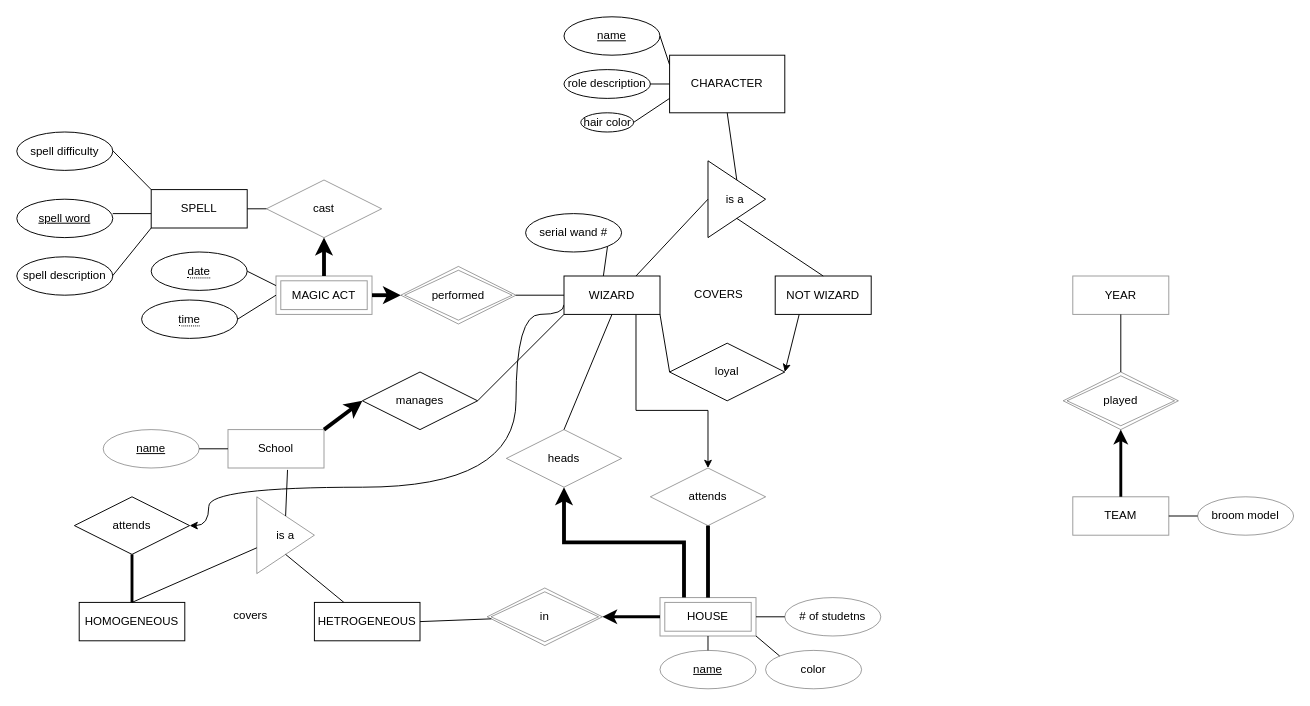
The draw.io diagram Untitled Diagram.drawio in dparnas/databaseproject2020, before the edit. Source tidied: cells renumbered, new cells numbered last; positions are measured from the earlier drawing's top-left corner, leaving out a move shared by most shapes. Both pictures are drawn from the tidied source at 96%, with x=0, y=0 at pixel (16, 16).
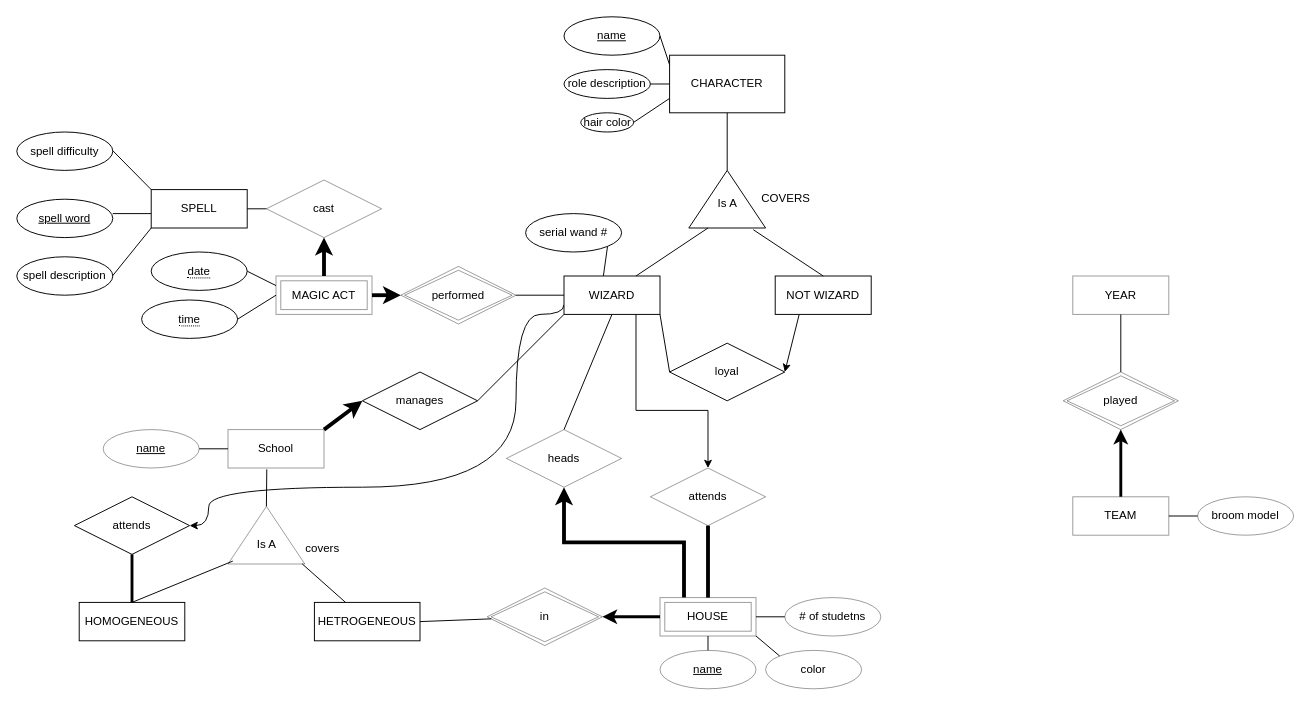
The same diagram, later.

Commit message:
Fixing XML File Graphic

Unchanged cells that the change refers to:
```xml
<mxCell id="10" value="WIZARD" style="whiteSpace=wrap;html=1;align=center;" parent="1" vertex="1">
  <mxGeometry x="570" y="270" width="100" height="40" as="geometry" />
</mxCell>
<mxCell id="12" value="NOT WIZARD" style="whiteSpace=wrap;html=1;align=center;" parent="1" vertex="1">
  <mxGeometry x="790" y="270" width="100" height="40" as="geometry" />
</mxCell>
<mxCell id="44" value="School" style="whiteSpace=wrap;html=1;align=center;rounded=0;sketch=0;gradientColor=none;opacity=40;" parent="1" vertex="1">
  <mxGeometry x="220" y="430" width="100" height="40" as="geometry" />
</mxCell>
<mxCell id="52" value="HETROGENEOUS" style="whiteSpace=wrap;html=1;align=center;" parent="1" vertex="1">
  <mxGeometry x="310" y="610" width="110" height="40" as="geometry" />
</mxCell>
<mxCell id="53" value="HOMOGENEOUS" style="whiteSpace=wrap;html=1;align=center;" parent="1" vertex="1">
  <mxGeometry x="65" y="610" width="110" height="40" as="geometry" />
</mxCell>
```

The edit, as a diff of the source:
```diff
@@
-    <mxCell id="7" value="is a&amp;nbsp;" style="triangle;whiteSpace=wrap;html=1;" parent="1" vertex="1">
-      <mxGeometry x="720" y="150" width="60" height="80" as="geometry" />
+    <mxCell id="7" style="triangle;whiteSpace=wrap;html=1;rotation=-90;" parent="1" vertex="1">
+      <mxGeometry x="710" y="150" width="60" height="80" as="geometry" />
     </mxCell>
@@
     <mxCell id="13" value="COVERS" style="text;strokeColor=none;fillColor=none;spacingLeft=4;spacingRight=4;overflow=hidden;fontSize=12;" parent="1" vertex="1">
-      <mxGeometry x="700" y="275" width="60" height="30" as="geometry" />
+      <mxGeometry x="770" y="175" width="60" height="30" as="geometry" />
     </mxCell>
@@
-    <mxCell id="27" style="endArrow=none;html=1;rounded=0;strokeColor=#000000;entryX=0.5;entryY=0;entryDx=0;entryDy=0;" parent="1" edge="1" target="12">
-      <mxGeometry relative="1" as="geometry">
-        <mxPoint x="750" y="210" as="sourcePoint" />
-      </mxGeometry>
+    <mxCell id="27" style="endArrow=none;html=1;rounded=0;strokeColor=#000000;entryX=0.5;entryY=0;entryDx=0;entryDy=0;exitX=-0.03;exitY=0.84;exitDx=0;exitDy=0;exitPerimeter=0;" parent="1" edge="1" source="7" target="12">
+      <mxGeometry relative="1" as="geometry" />
     </mxCell>
-    <mxCell id="28" style="endArrow=none;html=1;rounded=0;strokeColor=#000000;entryX=0;entryY=0.5;entryDx=0;entryDy=0;exitX=0.75;exitY=0;exitDx=0;exitDy=0;" parent="1" edge="1" source="10" target="7">
+    <mxCell id="28" style="endArrow=none;html=1;rounded=0;strokeColor=#000000;entryX=0;entryY=0.25;entryDx=0;entryDy=0;exitX=0.75;exitY=0;exitDx=0;exitDy=0;" parent="1" edge="1" source="10" target="7">
       <mxGeometry relative="1" as="geometry" />
     </mxCell>
-    <mxCell id="29" style="endArrow=none;html=1;rounded=0;strokeColor=#000000;entryX=0.5;entryY=0;entryDx=0;entryDy=0;" parent="1" edge="1" target="7">
+    <mxCell id="29" style="endArrow=none;html=1;rounded=0;strokeColor=#000000;entryX=1;entryY=0.5;entryDx=0;entryDy=0;" parent="1" edge="1" target="7">
       <mxGeometry relative="1" as="geometry">
         <mxPoint x="740" y="100" as="sourcePoint" />
       </mxGeometry>
     </mxCell>
@@
-    <mxCell id="49" value="is a" style="triangle;whiteSpace=wrap;html=1;rounded=0;sketch=0;gradientColor=none;opacity=40;" parent="1" vertex="1">
-      <mxGeometry x="250" y="500" width="60" height="80" as="geometry" />
+    <mxCell id="49" style="triangle;whiteSpace=wrap;html=1;rounded=0;sketch=0;gradientColor=none;opacity=40;rotation=-90;" parent="1" vertex="1">
+      <mxGeometry x="230" y="500" width="60" height="80" as="geometry" />
     </mxCell>
-    <mxCell id="50" style="endArrow=none;html=1;rounded=0;strokeColor=#000000;strokeWidth=1;entryX=0.5;entryY=0;entryDx=0;entryDy=0;exitX=0.62;exitY=1.05;exitDx=0;exitDy=0;exitPerimeter=0;" parent="1" edge="1" source="44" target="49">
+    <mxCell id="50" style="endArrow=none;html=1;rounded=0;strokeColor=#000000;strokeWidth=1;entryX=1;entryY=0.5;entryDx=0;entryDy=0;exitX=0.404;exitY=1.035;exitDx=0;exitDy=0;exitPerimeter=0;" parent="1" edge="1" source="44" target="49">
       <mxGeometry relative="1" as="geometry" />
     </mxCell>
-    <mxCell id="51" style="endArrow=none;html=1;rounded=0;strokeColor=#000000;strokeWidth=1;exitX=0.5;exitY=1;exitDx=0;exitDy=0;" parent="1" edge="1" source="49" target="52">
+    <mxCell id="51" style="endArrow=none;html=1;rounded=0;strokeColor=#000000;strokeWidth=1;exitX=0.003;exitY=0.965;exitDx=0;exitDy=0;exitPerimeter=0;" parent="1" edge="1" source="49" target="52">
       <mxGeometry relative="1" as="geometry" />
     </mxCell>
@@
-    <mxCell id="54" style="endArrow=none;html=1;rounded=0;strokeColor=#000000;strokeWidth=1;entryX=0.5;entryY=0;entryDx=0;entryDy=0;" parent="1" edge="1" source="49" target="53">
-      <mxGeometry relative="1" as="geometry" />
+    <mxCell id="54" style="endArrow=none;html=1;rounded=0;strokeColor=#000000;strokeWidth=1;entryX=0.5;entryY=0;entryDx=0;entryDy=0;" parent="1" edge="1" target="53">
+      <mxGeometry relative="1" as="geometry">
+        <mxPoint x="225" y="567" as="sourcePoint" />
+      </mxGeometry>
     </mxCell>
@@
     <mxCell id="58" value="covers" style="text;strokeColor=none;fillColor=none;spacingLeft=4;spacingRight=4;overflow=hidden;fontSize=12;rounded=0;sketch=0;opacity=40;" parent="1" vertex="1">
-      <mxGeometry x="220" y="610" width="50" height="30" as="geometry" />
+      <mxGeometry x="295" y="540" width="50" height="30" as="geometry" />
     </mxCell>
@@
+    <mxCell id="80" value="Is A" style="text;html=1;align=center;verticalAlign=middle;fillColor=none;strokeColor=none;rounded=0;" parent="1" vertex="1">
+      <mxGeometry x="720" y="185" width="40" height="20" as="geometry" />
+    </mxCell>
+    <mxCell id="81" value="Is A" style="text;html=1;align=center;verticalAlign=middle;fillColor=none;strokeColor=none;rounded=0;" parent="1" vertex="1">
+      <mxGeometry x="240" y="540" width="40" height="20" as="geometry" />
+    </mxCell>
```
